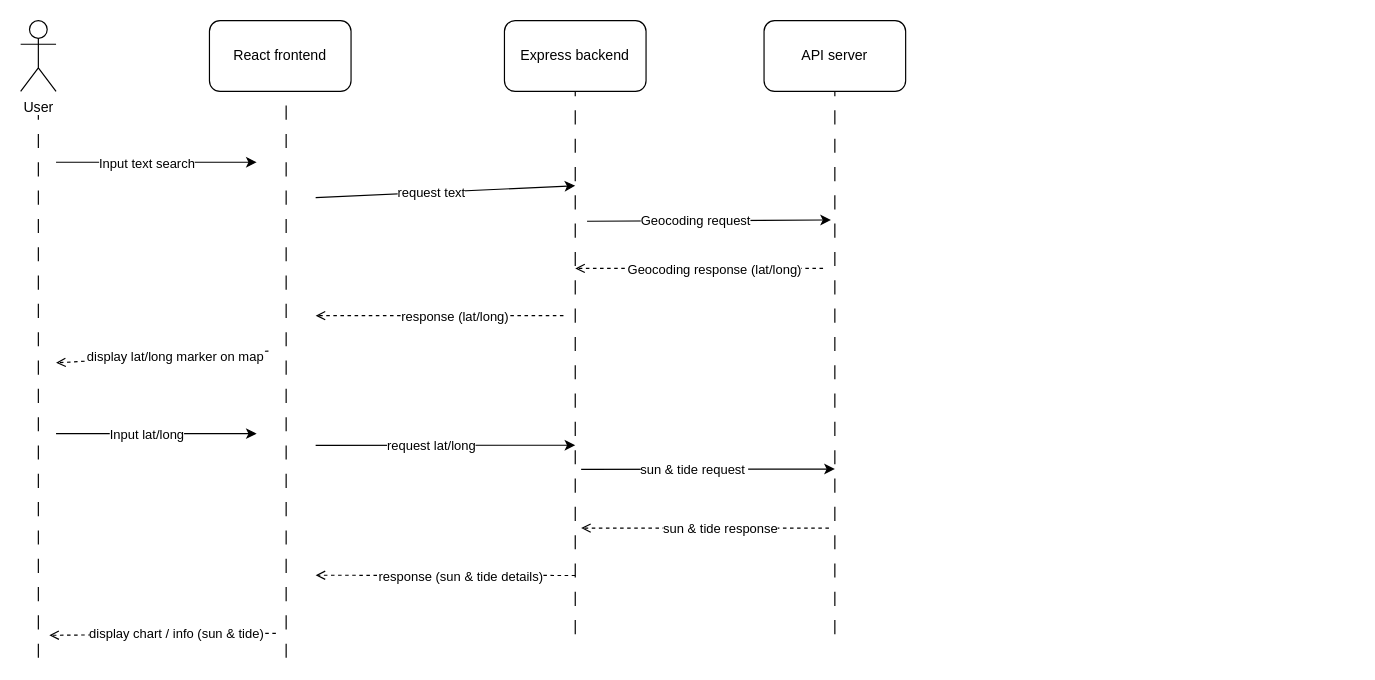
Above: sequence_diagram.drawio in zyteo/LighTide (draw.io), before the change. Source tidied: cells renumbered, new cells numbered last; positions are measured from the earlier drawing's top-left corner, leaving out a move shared by most shapes. Both pictures are drawn from the tidied source at 118%, with x=0, y=0 at pixel (20, 20).
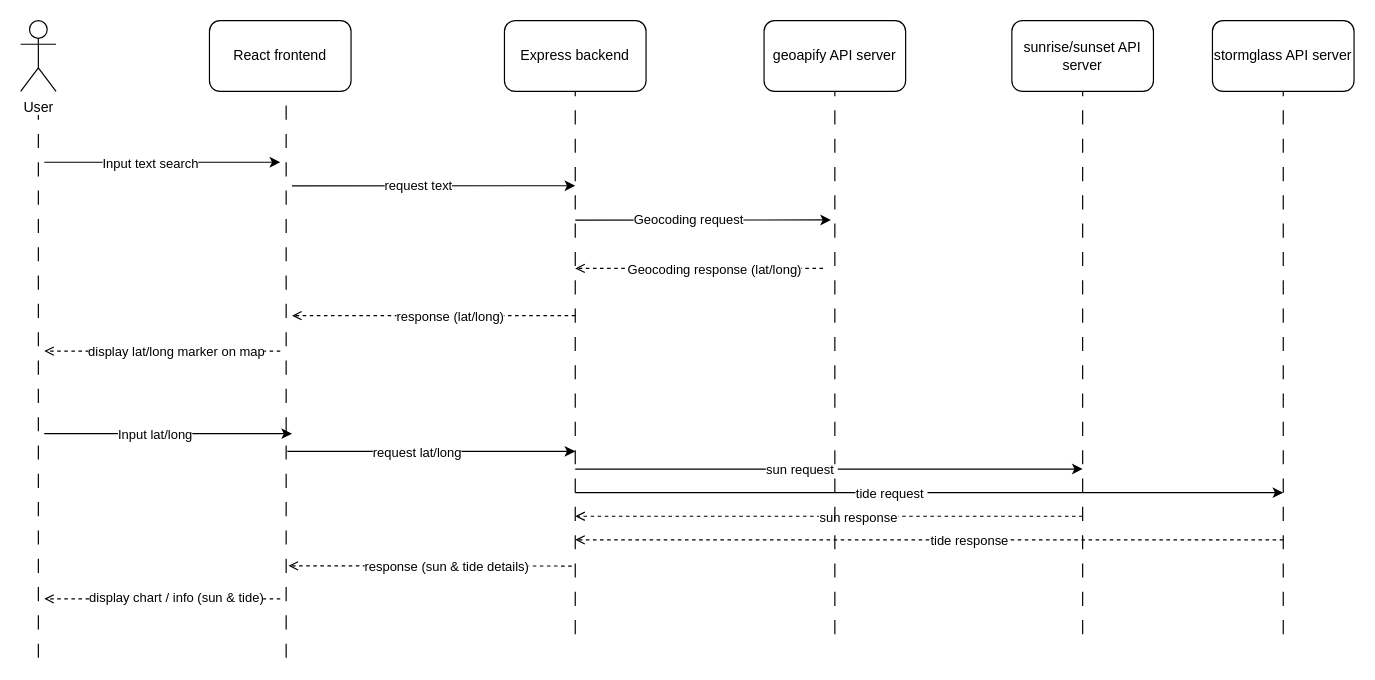
After the change.

Commit message (it also covers changes not shown here):
adjust sequence diagram to specify APIs

The edit, as a diff of the source:
```diff
@@
-    <mxCell id="5" value="API server" style="rounded=1;whiteSpace=wrap;html=1;" parent="1" vertex="1">
+    <mxCell id="5" value="geoapify API server" style="rounded=1;whiteSpace=wrap;html=1;" parent="1" vertex="1">
       <mxGeometry x="630" width="120" height="60" as="geometry" />
     </mxCell>
     <mxCell id="6" style="endArrow=classic;html=1;" parent="1" edge="1">
       <mxGeometry relative="1" as="geometry">
-        <mxPoint x="30" y="120" as="sourcePoint" />
-        <mxPoint x="200" y="120" as="targetPoint" />
+        <mxPoint x="20" y="120" as="sourcePoint" />
+        <mxPoint x="220" y="120" as="targetPoint" />
       </mxGeometry>
     </mxCell>
@@
     <mxCell id="8" style="endArrow=classic;html=1;entryX=0.5;entryY=0.036;entryDx=0;entryDy=0;entryPerimeter=0;" parent="1" edge="1">
       <mxGeometry relative="1" as="geometry">
-        <mxPoint x="250" y="150" as="sourcePoint" />
+        <mxPoint x="230" y="140" as="sourcePoint" />
         <mxPoint x="470" y="139.9" as="targetPoint" />
       </mxGeometry>
     </mxCell>
@@
     <mxCell id="10" style="endArrow=classic;html=1;entryX=0.165;entryY=0.083;entryDx=0;entryDy=0;entryPerimeter=0;" parent="1" edge="1">
       <mxGeometry relative="1" as="geometry">
-        <mxPoint x="480" y="170" as="sourcePoint" />
+        <mxPoint x="470" y="169" as="sourcePoint" />
         <mxPoint x="686.7" y="168.9" as="targetPoint" />
       </mxGeometry>
     </mxCell>
@@
     <mxCell id="14" style="endArrow=open;html=1;dashed=1;endFill=0;" parent="1" edge="1">
       <mxGeometry relative="1" as="geometry">
-        <mxPoint x="460" y="250" as="sourcePoint" />
-        <mxPoint x="250" y="250" as="targetPoint" />
+        <mxPoint x="470" y="250" as="sourcePoint" />
+        <mxPoint x="230" y="250" as="targetPoint" />
       </mxGeometry>
     </mxCell>
@@
     <mxCell id="16" style="endArrow=open;html=1;dashed=1;endFill=0;" parent="1" edge="1">
       <mxGeometry relative="1" as="geometry">
-        <mxPoint x="210" y="280" as="sourcePoint" />
-        <mxPoint x="30" y="290" as="targetPoint" />
+        <mxPoint x="220" y="280" as="sourcePoint" />
+        <mxPoint x="20" y="280" as="targetPoint" />
       </mxGeometry>
     </mxCell>
@@
     <mxCell id="18" style="endArrow=classic;html=1;" parent="1" edge="1">
       <mxGeometry relative="1" as="geometry">
-        <mxPoint x="30" y="350" as="sourcePoint" />
-        <mxPoint x="200" y="350" as="targetPoint" />
+        <mxPoint x="20" y="350" as="sourcePoint" />
+        <mxPoint x="230" y="350" as="targetPoint" />
       </mxGeometry>
     </mxCell>
@@
-    <mxCell id="20" style="endArrow=classic;html=1;entryX=0.5;entryY=0.301;entryDx=0;entryDy=0;entryPerimeter=0;" parent="1" edge="1">
+    <mxCell id="20" style="endArrow=classic;html=1;" parent="1" edge="1">
       <mxGeometry relative="1" as="geometry">
-        <mxPoint x="250" y="360" as="sourcePoint" />
-        <mxPoint x="470" y="359.8" as="targetPoint" />
+        <mxPoint x="226" y="365" as="sourcePoint" />
+        <mxPoint x="470" y="365" as="targetPoint" />
       </mxGeometry>
     </mxCell>
@@
-    <mxCell id="22" style="endArrow=classic;html=1;exitX=1;exitY=0;exitDx=0;exitDy=0;" parent="1" edge="1">
+    <mxCell id="22" style="endArrow=classic;html=1;" parent="1" edge="1">
       <mxGeometry relative="1" as="geometry">
-        <mxPoint x="475" y="380.2" as="sourcePoint" />
-        <mxPoint x="690" y="380" as="targetPoint" />
+        <mxPoint x="470" y="380" as="sourcePoint" />
+        <mxPoint x="900" y="380" as="targetPoint" />
       </mxGeometry>
     </mxCell>
-    <mxCell id="23" value="sun &amp;amp; tide request&amp;nbsp;" style="edgeLabel;html=1;align=center;verticalAlign=middle;" parent="22" vertex="1">
+    <mxCell id="23" value="sun request&amp;nbsp;" style="edgeLabel;html=1;align=center;verticalAlign=middle;" parent="22" vertex="1">
       <mxGeometry x="-0.11" relative="1" as="geometry" />
     </mxCell>
     <mxCell id="24" style="endArrow=open;html=1;dashed=1;endFill=0;" parent="1" edge="1">
       <mxGeometry relative="1" as="geometry">
-        <mxPoint x="685" y="430" as="sourcePoint" />
-        <mxPoint x="475" y="430" as="targetPoint" />
+        <mxPoint x="900" y="420" as="sourcePoint" />
+        <mxPoint x="470" y="420" as="targetPoint" />
       </mxGeometry>
     </mxCell>
-    <mxCell id="25" value="sun &amp;amp; tide response" style="edgeLabel;html=1;align=center;verticalAlign=middle;" parent="24" vertex="1">
+    <mxCell id="25" value="sun response" style="edgeLabel;html=1;align=center;verticalAlign=middle;" parent="24" vertex="1">
       <mxGeometry x="-0.11" relative="1" as="geometry" />
     </mxCell>
     <mxCell id="26" style="endArrow=open;html=1;exitX=0.5;exitY=0.434;exitDx=0;exitDy=0;exitPerimeter=0;dashed=1;endFill=0;" parent="1" edge="1">
       <mxGeometry relative="1" as="geometry">
-        <mxPoint x="470" y="470.2" as="sourcePoint" />
-        <mxPoint x="250" y="470" as="targetPoint" />
+        <mxPoint x="467" y="462.2" as="sourcePoint" />
+        <mxPoint x="227" y="462" as="targetPoint" />
       </mxGeometry>
     </mxCell>
@@
-    <mxCell id="28" style="endArrow=open;html=1;entryX=1.433;entryY=0.483;entryDx=0;entryDy=0;entryPerimeter=0;exitX=-0.367;exitY=0.481;exitDx=0;exitDy=0;exitPerimeter=0;dashed=1;endFill=0;" parent="1" edge="1">
+    <mxCell id="28" style="endArrow=open;html=1;dashed=1;endFill=0;" parent="1" edge="1">
       <mxGeometry relative="1" as="geometry">
-        <mxPoint x="216.3" y="519.2" as="sourcePoint" />
-        <mxPoint x="24.3" y="520.9" as="targetPoint" />
+        <mxPoint x="220" y="490" as="sourcePoint" />
+        <mxPoint x="20" y="490" as="targetPoint" />
       </mxGeometry>
     </mxCell>
     <mxCell id="29" value="display chart / info (sun &amp;amp; tide)" style="edgeLabel;html=1;align=center;verticalAlign=middle;" parent="28" vertex="1">
-      <mxGeometry x="-0.11" relative="1" as="geometry" />
+      <mxGeometry x="-0.11" relative="1" as="geometry">
+        <mxPoint y="-2" as="offset" />
+      </mxGeometry>
     </mxCell>
@@
+    <mxCell id="34" value="sunrise/sunset API server" style="rounded=1;whiteSpace=wrap;html=1;" parent="1" vertex="1">
+      <mxGeometry x="840" width="120" height="60" as="geometry" />
+    </mxCell>
+    <mxCell id="35" style="endArrow=none;dashed=1;html=1;dashPattern=12 12;entryX=0.5;entryY=1;entryDx=0;entryDy=0;" parent="1" edge="1" target="34">
+      <mxGeometry relative="1" as="geometry">
+        <mxPoint x="900" y="520" as="sourcePoint" />
+      </mxGeometry>
+    </mxCell>
+    <mxCell id="36" value="stormglass API server" style="rounded=1;whiteSpace=wrap;html=1;" parent="1" vertex="1">
+      <mxGeometry x="1010" width="120" height="60" as="geometry" />
+    </mxCell>
+    <mxCell id="37" style="endArrow=none;dashed=1;html=1;dashPattern=12 12;entryX=0.5;entryY=1;entryDx=0;entryDy=0;" parent="1" edge="1" target="36">
+      <mxGeometry relative="1" as="geometry">
+        <mxPoint x="1070" y="520" as="sourcePoint" />
+      </mxGeometry>
+    </mxCell>
+    <mxCell id="38" style="endArrow=classic;html=1;" parent="1" edge="1">
+      <mxGeometry relative="1" as="geometry">
+        <mxPoint x="470" y="400" as="sourcePoint" />
+        <mxPoint x="1070" y="400" as="targetPoint" />
+      </mxGeometry>
+    </mxCell>
+    <mxCell id="39" value="tide request&amp;nbsp;" style="edgeLabel;html=1;align=center;verticalAlign=middle;" parent="38" vertex="1">
+      <mxGeometry x="-0.11" relative="1" as="geometry" />
+    </mxCell>
+    <mxCell id="40" style="endArrow=open;html=1;dashed=1;endFill=0;" parent="1" edge="1">
+      <mxGeometry relative="1" as="geometry">
+        <mxPoint x="1070" y="440" as="sourcePoint" />
+        <mxPoint x="470" y="440" as="targetPoint" />
+      </mxGeometry>
+    </mxCell>
+    <mxCell id="41" value="tide response" style="edgeLabel;html=1;align=center;verticalAlign=middle;" parent="40" vertex="1">
+      <mxGeometry x="-0.11" relative="1" as="geometry" />
+    </mxCell>
```
